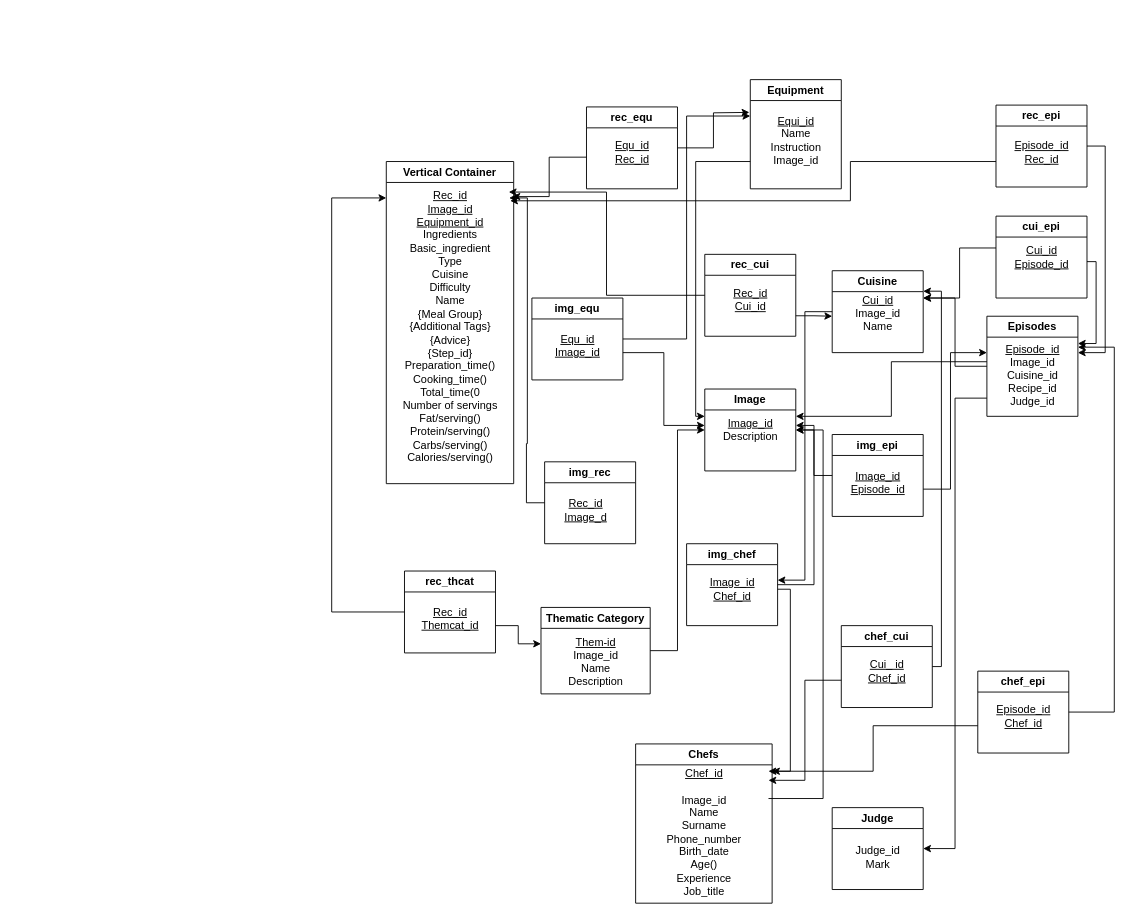
This is half.drawio from Stavriana/Databases, a draw.io file, before an edit. Source tidied: cells renumbered, new cells numbered last; positions are measured from the earlier drawing's top-left corner, leaving out a move shared by most shapes. Both pictures are drawn from the tidied source at 91%, with x=0, y=0 at pixel (331, 79).
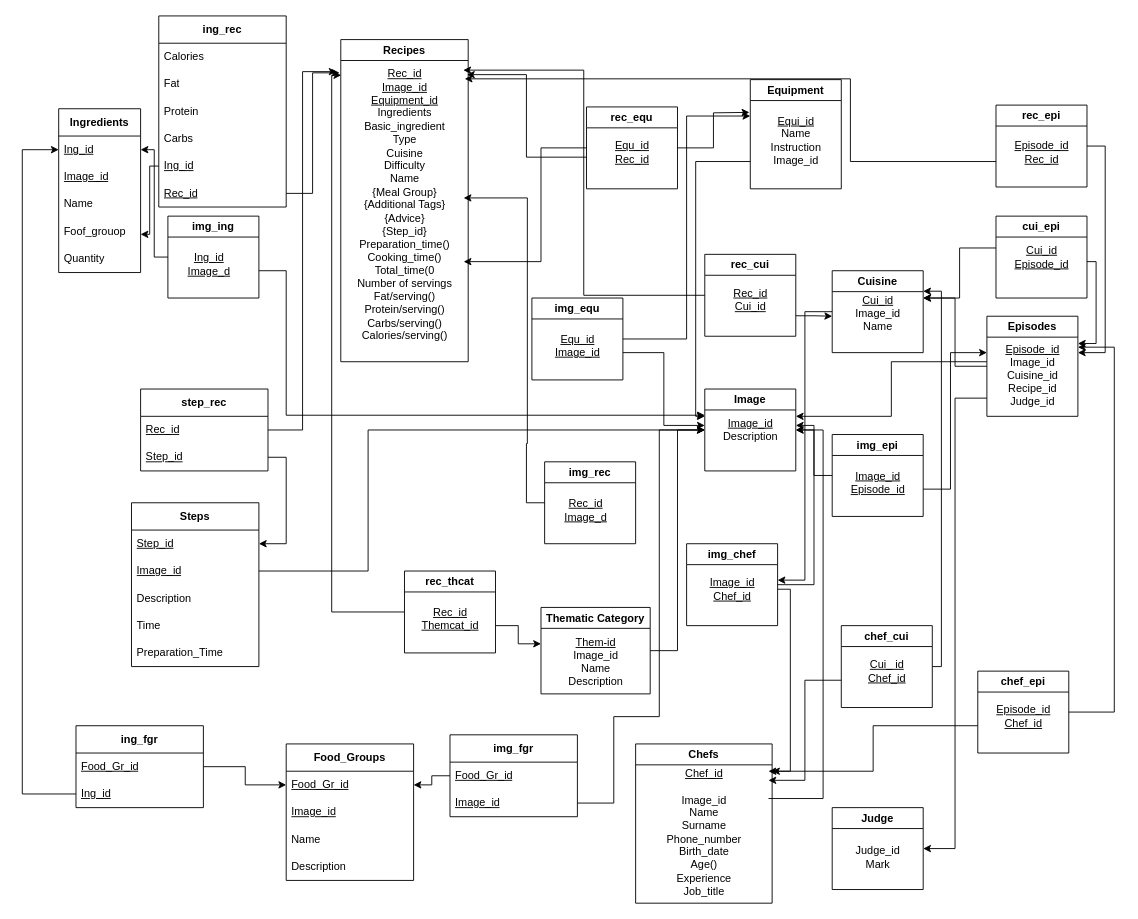
After the change.

The change refers to these unchanged cells:
```xml
<mxCell id="4" value="rec_equ" style="swimlane;whiteSpace=wrap;html=1;" parent="1" vertex="1">
  <mxGeometry x="280" y="30" width="100" height="90" as="geometry" />
</mxCell>
<mxCell id="11" value="rec_thcat" style="swimlane;whiteSpace=wrap;html=1;" parent="1" vertex="1">
  <mxGeometry x="80" y="540" width="100" height="90" as="geometry" />
</mxCell>
<mxCell id="29" value="Image" style="swimlane;whiteSpace=wrap;html=1;" parent="1" vertex="1">
  <mxGeometry x="410" y="340" width="100" height="90" as="geometry" />
</mxCell>
<mxCell id="64" value="&lt;u&gt;Rec_id&lt;/u&gt;&lt;div&gt;&lt;u&gt;Image_id&lt;/u&gt;&lt;/div&gt;&lt;div&gt;&lt;u&gt;Equipment_id&lt;/u&gt;&lt;/div&gt;&lt;div&gt;Ingredients&lt;/div&gt;&lt;div&gt;Basic_ingredient&lt;/div&gt;&lt;div&gt;Type&lt;/div&gt;&lt;div&gt;Cuisine&lt;/div&gt;&lt;div&gt;Difficulty&lt;/div&gt;&lt;div&gt;Name&lt;/div&gt;&lt;div&gt;{Meal Group}&lt;/div&gt;&lt;div&gt;{Additional Tags}&lt;/div&gt;&lt;div&gt;{Advice}&lt;/div&gt;&lt;div&gt;{Step_id}&lt;/div&gt;&lt;div&gt;Preparation_time()&lt;/div&gt;&lt;div&gt;Cooking_time()&lt;/div&gt;&lt;div&gt;Total_time(0&lt;/div&gt;&lt;div&gt;Number of servings&lt;/div&gt;&lt;div&gt;Fat/serving()&lt;/div&gt;&lt;div&gt;Protein/serving()&lt;/div&gt;&lt;div&gt;Carbs/serving()&lt;/div&gt;&lt;div&gt;Calories/serving()&lt;/div&gt;&lt;div&gt;&lt;br&gt;&lt;/div&gt;" style="text;html=1;align=center;verticalAlign=middle;points=[];strokeColor=none;fillColor=none;" parent="63" vertex="1">
  <mxGeometry x="5" y="24" width="130" height="330" as="geometry" />
</mxCell>
```

Diff of the diagram source:
```diff
@@
+    <mxCell id="69" style="edgeStyle=elbowEdgeStyle;rounded=0;jettySize=auto;html=1;" parent="1" edge="1" source="4" target="64">
+      <mxGeometry relative="1" as="geometry">
+        <Array as="points">
+          <mxPoint x="230" y="200" />
+        </Array>
+      </mxGeometry>
+    </mxCell>
@@
-    <mxCell id="9" style="edgeStyle=elbowEdgeStyle;rounded=0;jettySize=auto;html=1;exitX=0;exitY=0.5;exitDx=0;exitDy=0;" parent="1" edge="1" source="11">
+    <mxCell id="9" style="edgeStyle=elbowEdgeStyle;rounded=0;jettySize=auto;html=1;exitX=0;exitY=0.5;exitDx=0;exitDy=0;entryX=-0.035;entryY=0.046;entryDx=0;entryDy=0;entryPerimeter=0;" parent="1" edge="1" source="11" target="64">
       <mxGeometry relative="1" as="geometry">
-        <mxPoint x="60" y="130" as="targetPoint" />
         <Array as="points">
-          <mxPoint y="345" />
+          <mxPoint y="200" />
+          <mxPoint x="-10" y="280" />
           <mxPoint x="40" y="355" />
         </Array>
       </mxGeometry>
     </mxCell>
@@
-    <mxCell id="63" value="Vertical Container" style="swimlane;whiteSpace=wrap;html=1;startSize=23;" parent="1" vertex="1">
-      <mxGeometry x="60" y="90" width="140" height="354" as="geometry" />
+    <mxCell id="63" value="Recipes" style="swimlane;whiteSpace=wrap;html=1;startSize=23;" parent="1" vertex="1">
+      <mxGeometry x="10" y="-44" width="140" height="354" as="geometry" />
     </mxCell>
@@
+    <mxCell id="70" value="&lt;b&gt;Ingredients&lt;/b&gt;" style="swimlane;fontStyle=0;horizontal=1;startSize=30;whiteSpace=wrap;html=1;" parent="1" vertex="1">
+      <mxGeometry x="-300" y="32" width="90" height="180" as="geometry" />
+    </mxCell>
+    <mxCell id="71" value="&lt;u&gt;Ing_id&lt;/u&gt;" style="text;strokeColor=none;fillColor=none;align=left;verticalAlign=middle;spacingLeft=4;spacingRight=4;overflow=hidden;points=[[0,0.5],[1,0.5]];portConstraint=eastwest;whiteSpace=wrap;html=1;" parent="70" vertex="1">
+      <mxGeometry y="30" width="90" height="30" as="geometry" />
+    </mxCell>
+    <mxCell id="72" value="&lt;u&gt;Image_id&lt;/u&gt;" style="text;strokeColor=none;fillColor=none;align=left;verticalAlign=middle;spacingLeft=4;spacingRight=4;overflow=hidden;whiteSpace=wrap;html=1;" parent="70" vertex="1">
+      <mxGeometry y="60" width="90" height="30" as="geometry" />
+    </mxCell>
+    <mxCell id="73" value="Name" style="text;strokeColor=none;fillColor=none;align=left;verticalAlign=middle;spacingLeft=4;spacingRight=4;overflow=hidden;whiteSpace=wrap;html=1;" parent="70" vertex="1">
+      <mxGeometry y="90" width="90" height="30" as="geometry" />
+    </mxCell>
+    <mxCell id="74" value="Foof_grouop" style="text;strokeColor=none;fillColor=none;align=left;verticalAlign=middle;spacingLeft=4;spacingRight=4;overflow=hidden;whiteSpace=wrap;html=1;" parent="70" vertex="1">
+      <mxGeometry y="120" width="90" height="30" as="geometry" />
+    </mxCell>
+    <mxCell id="75" value="Quantity" style="text;strokeColor=none;fillColor=none;align=left;verticalAlign=middle;spacingLeft=4;spacingRight=4;overflow=hidden;whiteSpace=wrap;html=1;" parent="70" vertex="1">
+      <mxGeometry y="150" width="90" height="30" as="geometry" />
+    </mxCell>
+    <mxCell id="76" value="&lt;b&gt;ing_rec&lt;/b&gt;" style="swimlane;fontStyle=0;horizontal=1;startSize=30;whiteSpace=wrap;html=1;" parent="1" vertex="1">
+      <mxGeometry x="-190" y="-70" width="140" height="210" as="geometry" />
+    </mxCell>
+    <mxCell id="77" value="Calories" style="text;strokeColor=none;fillColor=none;align=left;verticalAlign=middle;spacingLeft=4;spacingRight=4;overflow=hidden;whiteSpace=wrap;html=1;" parent="76" vertex="1">
+      <mxGeometry y="30" width="140" height="30" as="geometry" />
+    </mxCell>
+    <mxCell id="78" value="Fat" style="text;strokeColor=none;fillColor=none;align=left;verticalAlign=middle;spacingLeft=4;spacingRight=4;overflow=hidden;whiteSpace=wrap;html=1;" parent="76" vertex="1">
+      <mxGeometry y="60" width="140" height="30" as="geometry" />
+    </mxCell>
+    <mxCell id="79" value="Protein" style="text;strokeColor=none;fillColor=none;align=left;verticalAlign=middle;spacingLeft=4;spacingRight=4;overflow=hidden;whiteSpace=wrap;html=1;" parent="76" vertex="1">
+      <mxGeometry y="90" width="140" height="30" as="geometry" />
+    </mxCell>
+    <mxCell id="80" value="Carbs" style="text;strokeColor=none;fillColor=none;align=left;verticalAlign=middle;spacingLeft=4;spacingRight=4;overflow=hidden;whiteSpace=wrap;html=1;" parent="76" vertex="1">
+      <mxGeometry y="120" width="140" height="30" as="geometry" />
+    </mxCell>
+    <mxCell id="81" value="&lt;u&gt;Ing_id&lt;/u&gt;" style="text;strokeColor=none;fillColor=none;align=left;verticalAlign=middle;spacingLeft=4;spacingRight=4;overflow=hidden;points=[[0,0.5],[1,0.5]];portConstraint=eastwest;whiteSpace=wrap;html=1;" parent="76" vertex="1">
+      <mxGeometry y="150" width="140" height="30" as="geometry" />
+    </mxCell>
+    <mxCell id="82" value="&lt;u&gt;Rec_id&lt;/u&gt;" style="text;strokeColor=none;fillColor=none;align=left;verticalAlign=middle;spacingLeft=4;spacingRight=4;overflow=hidden;points=[[0,0.5],[1,0.5]];portConstraint=eastwest;whiteSpace=wrap;html=1;" parent="76" vertex="1">
+      <mxGeometry y="180" width="140" height="30" as="geometry" />
+    </mxCell>
+    <mxCell id="83" style="edgeStyle=elbowEdgeStyle;rounded=0;jettySize=auto;html=1;exitX=1;exitY=0.5;exitDx=0;exitDy=0;entryX=-0.048;entryY=0.038;entryDx=0;entryDy=0;entryPerimeter=0;" parent="1" edge="1" source="82" target="64">
+      <mxGeometry relative="1" as="geometry" />
+    </mxCell>
+    <mxCell id="84" style="edgeStyle=elbowEdgeStyle;rounded=0;jettySize=auto;html=1;exitX=0;exitY=0.5;exitDx=0;exitDy=0;" parent="1" edge="1" source="81">
+      <mxGeometry relative="1" as="geometry">
+        <mxPoint x="-210" y="170" as="targetPoint" />
+      </mxGeometry>
+    </mxCell>
+    <mxCell id="85" style="edgeStyle=elbowEdgeStyle;rounded=0;orthogonalLoop=1;jettySize=auto;html=1;entryX=0;entryY=0.5;entryDx=0;entryDy=0;" parent="1" edge="1">
+      <mxGeometry relative="1" as="geometry">
+        <mxPoint x="-80" y="210" as="sourcePoint" />
+        <mxPoint x="410" y="368.8" as="targetPoint" />
+        <Array as="points">
+          <mxPoint x="-50" y="353.8" />
+        </Array>
+      </mxGeometry>
+    </mxCell>
+    <mxCell id="86" value="img_ing" style="swimlane;whiteSpace=wrap;html=1;startSize=23;" parent="1" vertex="1">
+      <mxGeometry x="-180" y="150" width="100" height="90" as="geometry" />
+    </mxCell>
+    <mxCell id="87" value="&lt;u&gt;Ing_id&lt;/u&gt;&lt;div&gt;&lt;u&gt;Image_d&lt;/u&gt;&lt;/div&gt;" style="text;html=1;align=center;verticalAlign=middle;strokeColor=none;fillColor=none;" parent="86" vertex="1">
+      <mxGeometry x="10" y="33" width="70" height="40" as="geometry" />
+    </mxCell>
+    <mxCell id="88" style="edgeStyle=elbowEdgeStyle;rounded=0;jettySize=auto;html=1;exitX=0;exitY=0.5;exitDx=0;exitDy=0;entryX=1;entryY=0.5;entryDx=0;entryDy=0;" parent="1" edge="1" source="86" target="71">
+      <mxGeometry relative="1" as="geometry" />
+    </mxCell>
+    <mxCell id="89" value="&lt;b&gt;Steps&lt;/b&gt;" style="swimlane;fontStyle=0;horizontal=1;startSize=30;whiteSpace=wrap;html=1;" parent="1" vertex="1">
+      <mxGeometry x="-220" y="465" width="140" height="180" as="geometry" />
+    </mxCell>
+    <mxCell id="90" value="&lt;u&gt;Step_id&lt;/u&gt;" style="text;strokeColor=none;fillColor=none;align=left;verticalAlign=middle;spacingLeft=4;spacingRight=4;overflow=hidden;points=[[0,0.5],[1,0.5]];portConstraint=eastwest;whiteSpace=wrap;html=1;" parent="89" vertex="1">
+      <mxGeometry y="30" width="140" height="30" as="geometry" />
+    </mxCell>
+    <mxCell id="91" value="&lt;u&gt;Image_id&lt;/u&gt;" style="text;strokeColor=none;fillColor=none;align=left;verticalAlign=middle;spacingLeft=4;spacingRight=4;overflow=hidden;points=[[0,0.5],[1,0.5]];portConstraint=eastwest;whiteSpace=wrap;html=1;" parent="89" vertex="1">
+      <mxGeometry y="60" width="140" height="30" as="geometry" />
+    </mxCell>
+    <mxCell id="92" value="Description" style="text;strokeColor=none;fillColor=none;align=left;verticalAlign=middle;spacingLeft=4;spacingRight=4;overflow=hidden;whiteSpace=wrap;html=1;" parent="89" vertex="1">
+      <mxGeometry y="90" width="140" height="30" as="geometry" />
+    </mxCell>
+    <mxCell id="93" value="Time" style="text;strokeColor=none;fillColor=none;align=left;verticalAlign=middle;spacingLeft=4;spacingRight=4;overflow=hidden;whiteSpace=wrap;html=1;" parent="89" vertex="1">
+      <mxGeometry y="120" width="140" height="30" as="geometry" />
+    </mxCell>
+    <mxCell id="94" value="Preparation_Time" style="text;strokeColor=none;fillColor=none;align=left;verticalAlign=middle;spacingLeft=4;spacingRight=4;overflow=hidden;whiteSpace=wrap;html=1;" parent="89" vertex="1">
+      <mxGeometry y="150" width="140" height="30" as="geometry" />
+    </mxCell>
+    <mxCell id="95" style="edgeStyle=elbowEdgeStyle;rounded=0;jettySize=auto;html=1;exitX=1;exitY=0.5;exitDx=0;exitDy=0;entryX=0;entryY=0.5;entryDx=0;entryDy=0;" parent="1" edge="1" source="91" target="29">
+      <mxGeometry relative="1" as="geometry">
+        <Array as="points">
+          <mxPoint x="40" y="460" />
+        </Array>
+      </mxGeometry>
+    </mxCell>
+    <mxCell id="96" value="&lt;b&gt;step_rec&lt;/b&gt;" style="swimlane;fontStyle=0;horizontal=1;startSize=30;whiteSpace=wrap;html=1;" parent="1" vertex="1">
+      <mxGeometry x="-210" y="340" width="140" height="90" as="geometry" />
+    </mxCell>
+    <mxCell id="97" value="&lt;u&gt;Rec_id&lt;/u&gt;" style="text;strokeColor=none;fillColor=none;align=left;verticalAlign=middle;spacingLeft=4;spacingRight=4;overflow=hidden;points=[[0,0.5],[1,0.5]];portConstraint=eastwest;whiteSpace=wrap;html=1;" parent="96" vertex="1">
+      <mxGeometry y="30" width="140" height="30" as="geometry" />
+    </mxCell>
+    <mxCell id="98" value="&lt;u&gt;Step_id&lt;/u&gt;" style="text;strokeColor=none;fillColor=none;align=left;verticalAlign=middle;spacingLeft=4;spacingRight=4;overflow=hidden;points=[[0,0.5],[1,0.5]];portConstraint=eastwest;whiteSpace=wrap;html=1;" parent="96" vertex="1">
+      <mxGeometry y="60" width="140" height="30" as="geometry" />
+    </mxCell>
+    <mxCell id="99" style="edgeStyle=elbowEdgeStyle;rounded=0;jettySize=auto;html=1;exitX=1;exitY=0.5;exitDx=0;exitDy=0;entryX=-0.074;entryY=0.034;entryDx=0;entryDy=0;entryPerimeter=0;" parent="1" edge="1" source="97" target="64">
+      <mxGeometry relative="1" as="geometry" />
+    </mxCell>
+    <mxCell id="100" style="edgeStyle=elbowEdgeStyle;rounded=0;jettySize=auto;html=1;exitX=1;exitY=0.5;exitDx=0;exitDy=0;entryX=1;entryY=0.5;entryDx=0;entryDy=0;" parent="1" edge="1" source="98" target="90">
+      <mxGeometry relative="1" as="geometry">
+        <Array as="points">
+          <mxPoint x="-50" y="470" />
+        </Array>
+      </mxGeometry>
+    </mxCell>
+    <mxCell id="101" value="&lt;b&gt;Food_Groups&lt;/b&gt;" style="swimlane;fontStyle=0;horizontal=1;startSize=30;whiteSpace=wrap;html=1;" parent="1" vertex="1">
+      <mxGeometry x="-50" y="730" width="140" height="150" as="geometry" />
+    </mxCell>
+    <mxCell id="102" value="&lt;u&gt;Food_Gr_id&lt;/u&gt;" style="text;strokeColor=none;fillColor=none;align=left;verticalAlign=middle;spacingLeft=4;spacingRight=4;overflow=hidden;points=[[0,0.5],[1,0.5]];portConstraint=eastwest;whiteSpace=wrap;html=1;" parent="101" vertex="1">
+      <mxGeometry y="30" width="140" height="30" as="geometry" />
+    </mxCell>
+    <mxCell id="103" value="&lt;u&gt;Image_id&lt;/u&gt;" style="text;strokeColor=none;fillColor=none;align=left;verticalAlign=middle;spacingLeft=4;spacingRight=4;overflow=hidden;whiteSpace=wrap;html=1;" parent="101" vertex="1">
+      <mxGeometry y="60" width="140" height="30" as="geometry" />
+    </mxCell>
+    <mxCell id="104" value="Name" style="text;strokeColor=none;fillColor=none;align=left;verticalAlign=middle;spacingLeft=4;spacingRight=4;overflow=hidden;whiteSpace=wrap;html=1;" parent="101" vertex="1">
+      <mxGeometry y="90" width="140" height="30" as="geometry" />
+    </mxCell>
+    <mxCell id="105" value="Description" style="text;strokeColor=none;fillColor=none;align=left;verticalAlign=middle;spacingLeft=4;spacingRight=4;overflow=hidden;whiteSpace=wrap;html=1;" parent="101" vertex="1">
+      <mxGeometry y="120" width="140" height="30" as="geometry" />
+    </mxCell>
+    <mxCell id="106" value="&lt;b&gt;img_fgr&lt;/b&gt;" style="swimlane;fontStyle=0;horizontal=1;startSize=30;whiteSpace=wrap;html=1;" parent="1" vertex="1">
+      <mxGeometry x="130" y="720" width="140" height="90" as="geometry" />
+    </mxCell>
+    <mxCell id="107" value="&lt;u&gt;Food_Gr_id&lt;/u&gt;" style="text;strokeColor=none;fillColor=none;align=left;verticalAlign=middle;spacingLeft=4;spacingRight=4;overflow=hidden;points=[[0,0.5],[1,0.5]];portConstraint=eastwest;whiteSpace=wrap;html=1;" parent="106" vertex="1">
+      <mxGeometry y="30" width="140" height="30" as="geometry" />
+    </mxCell>
+    <mxCell id="108" value="&lt;u&gt;Image_id&lt;/u&gt;" style="text;strokeColor=none;fillColor=none;align=left;verticalAlign=middle;spacingLeft=4;spacingRight=4;overflow=hidden;points=[[0,0.5],[1,0.5]];portConstraint=eastwest;whiteSpace=wrap;html=1;" parent="106" vertex="1">
+      <mxGeometry y="60" width="140" height="30" as="geometry" />
+    </mxCell>
+    <mxCell id="109" style="edgeStyle=orthogonalEdgeStyle;rounded=0;jettySize=auto;html=1;exitX=1;exitY=0.5;exitDx=0;exitDy=0;entryX=0;entryY=0.5;entryDx=0;entryDy=0;" parent="1" edge="1" source="108" target="29">
+      <mxGeometry relative="1" as="geometry">
+        <Array as="points">
+          <mxPoint x="310" y="795" />
+          <mxPoint x="310" y="700" />
+          <mxPoint x="360" y="700" />
+          <mxPoint x="360" y="385" />
+        </Array>
+      </mxGeometry>
+    </mxCell>
+    <mxCell id="110" style="edgeStyle=elbowEdgeStyle;rounded=0;jettySize=auto;html=1;exitX=0;exitY=0.5;exitDx=0;exitDy=0;entryX=1;entryY=0.5;entryDx=0;entryDy=0;" parent="1" edge="1" source="107" target="102">
+      <mxGeometry relative="1" as="geometry" />
+    </mxCell>
+    <mxCell id="111" value="&lt;b&gt;ing_fgr&lt;/b&gt;" style="swimlane;fontStyle=0;horizontal=1;startSize=30;whiteSpace=wrap;html=1;perimeterSpacing=1;" parent="1" vertex="1">
+      <mxGeometry x="-281" y="710" width="140" height="90" as="geometry" />
+    </mxCell>
+    <mxCell id="112" value="&lt;u&gt;Food_Gr_id&lt;/u&gt;" style="text;strokeColor=none;fillColor=none;align=left;verticalAlign=middle;spacingLeft=4;spacingRight=4;overflow=hidden;points=[[0,0.5],[1,0.5]];portConstraint=eastwest;whiteSpace=wrap;html=1;" parent="111" vertex="1">
+      <mxGeometry y="30" width="140" height="30" as="geometry" />
+    </mxCell>
+    <mxCell id="113" value="&lt;u&gt;Ing_id&lt;/u&gt;" style="text;strokeColor=none;fillColor=none;align=left;verticalAlign=middle;spacingLeft=4;spacingRight=4;overflow=hidden;points=[[0,0.5],[1,0.5]];portConstraint=eastwest;whiteSpace=wrap;html=1;" parent="111" vertex="1">
+      <mxGeometry y="60" width="140" height="30" as="geometry" />
+    </mxCell>
+    <mxCell id="114" style="edgeStyle=elbowEdgeStyle;rounded=0;jettySize=auto;html=1;exitX=1;exitY=0.5;exitDx=0;exitDy=0;entryX=0;entryY=0.5;entryDx=0;entryDy=0;" parent="1" edge="1" source="112" target="102">
+      <mxGeometry relative="1" as="geometry" />
+    </mxCell>
+    <mxCell id="115" style="edgeStyle=elbowEdgeStyle;rounded=0;jettySize=auto;html=1;exitX=0;exitY=0.5;exitDx=0;exitDy=0;entryX=0;entryY=0.5;entryDx=0;entryDy=0;" parent="1" edge="1" source="113" target="71">
+      <mxGeometry relative="1" as="geometry">
+        <Array as="points">
+          <mxPoint x="-340" y="420" />
+        </Array>
+      </mxGeometry>
+    </mxCell>
```
